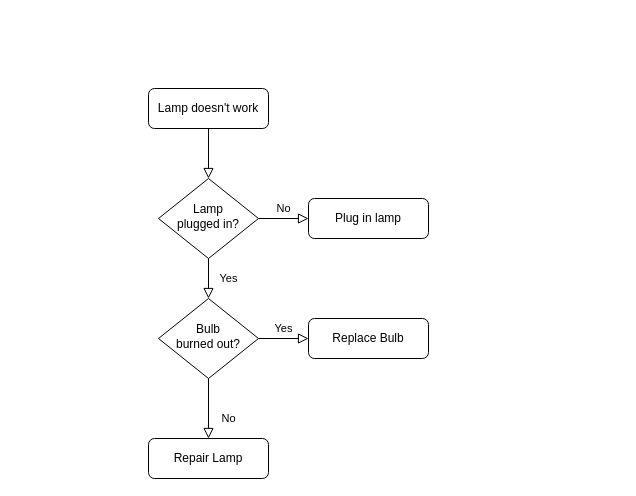
Earlier version of the draw.io diagram MCP-LLM/未命名绘图.drawio (iniunet/Explore-MCP). Source tidied: cells renumbered, new cells numbered last; positions are measured from the earlier drawing's top-left corner, leaving out a move shared by most shapes. Both pictures are drawn from the tidied source at 100%, with x=0, y=0 at pixel (148, 88).
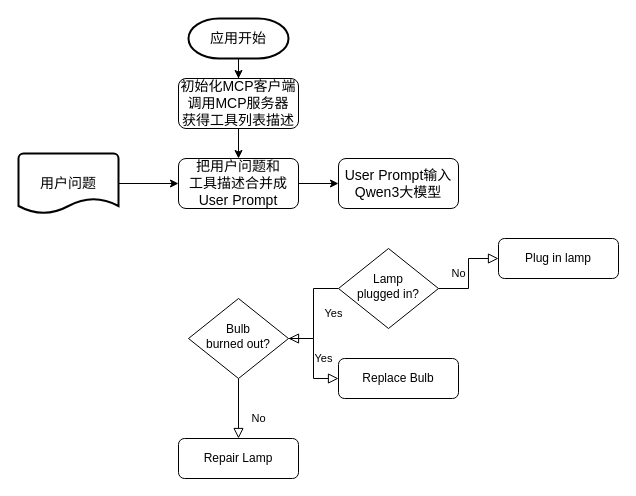
Above is the later version.

Commit message (it also covers changes not shown here):
更新未命名绘图.drawio

What changed in the source:
```diff
@@
 <mxGraphModel>
   <root>
     <mxCell id="0" />
     <mxCell id="1" parent="0" />
-    <mxCell id="2" style="rounded=0;html=1;jettySize=auto;fontSize=11;endArrow=block;endFill=0;endSize=8;strokeWidth=1;shadow=0;labelBackgroundColor=none;edgeStyle=orthogonalEdgeStyle;" parent="1" edge="1" source="3" target="6">
-      <mxGeometry relative="1" as="geometry" />
-    </mxCell>
+    <mxCell id="13" style="edgeStyle=orthogonalEdgeStyle;rounded=0;jettySize=auto;html=1;entryX=0.5;entryY=0;entryDx=0;entryDy=0;" parent="1" edge="1" source="3" target="17">
+      <mxGeometry relative="1" as="geometry" />
+    </mxCell>
-    <mxCell id="3" value="Lamp doesn't work" style="rounded=1;whiteSpace=wrap;html=1;fontSize=12;glass=0;strokeWidth=1;shadow=0;" parent="1" vertex="1">
-      <mxGeometry width="120" height="40" as="geometry" />
+    <mxCell id="3" value="&lt;font style=&quot;font-size: 14px;&quot;&gt;初始化MCP客户端&lt;/font&gt;&lt;div&gt;&lt;font style=&quot;font-size: 14px;&quot;&gt;调用MCP服务器&lt;/font&gt;&lt;/div&gt;&lt;div&gt;&lt;font style=&quot;font-size: 14px;&quot;&gt;获得工具列表描述&lt;/font&gt;&lt;/div&gt;" style="rounded=1;whiteSpace=wrap;html=1;fontSize=12;glass=0;strokeWidth=1;shadow=0;" parent="1" vertex="1">
+      <mxGeometry x="30" y="-10" width="120" height="50" as="geometry" />
     </mxCell>
     <mxCell id="4" value="Yes" style="rounded=0;html=1;jettySize=auto;fontSize=11;endArrow=block;endFill=0;endSize=8;strokeWidth=1;shadow=0;labelBackgroundColor=none;edgeStyle=orthogonalEdgeStyle;" parent="1" edge="1" source="6" target="10">
       <mxGeometry y="20" relative="1" as="geometry" />
     </mxCell>
     <mxCell id="5" value="No" style="edgeStyle=orthogonalEdgeStyle;rounded=0;html=1;jettySize=auto;fontSize=11;endArrow=block;endFill=0;endSize=8;strokeWidth=1;shadow=0;labelBackgroundColor=none;" parent="1" edge="1" source="6" target="7">
       <mxGeometry y="10" relative="1" as="geometry" />
     </mxCell>
     <mxCell id="6" value="Lamp&lt;br&gt;plugged in?" style="rhombus;whiteSpace=wrap;html=1;shadow=0;fontFamily=Helvetica;fontSize=12;align=center;strokeWidth=1;spacing=6;spacingTop=-4;" parent="1" vertex="1">
-      <mxGeometry x="10" y="90" width="100" height="80" as="geometry" />
+      <mxGeometry x="190" y="160" width="100" height="80" as="geometry" />
     </mxCell>
     <mxCell id="7" value="Plug in lamp" style="rounded=1;whiteSpace=wrap;html=1;fontSize=12;glass=0;strokeWidth=1;shadow=0;" parent="1" vertex="1">
-      <mxGeometry x="160" y="110" width="120" height="40" as="geometry" />
+      <mxGeometry x="350" y="150" width="120" height="40" as="geometry" />
     </mxCell>
     <mxCell id="8" value="No" style="rounded=0;html=1;jettySize=auto;fontSize=11;endArrow=block;endFill=0;endSize=8;strokeWidth=1;shadow=0;labelBackgroundColor=none;edgeStyle=orthogonalEdgeStyle;" parent="1" edge="1" source="10" target="11">
       <mxGeometry x="0.33" y="20" relative="1" as="geometry" />
     </mxCell>
     <mxCell id="9" value="Yes" style="edgeStyle=orthogonalEdgeStyle;rounded=0;html=1;jettySize=auto;fontSize=11;endArrow=block;endFill=0;endSize=8;strokeWidth=1;shadow=0;labelBackgroundColor=none;" parent="1" edge="1" source="10" target="12">
       <mxGeometry y="10" relative="1" as="geometry" />
     </mxCell>
     <mxCell id="10" value="Bulb&lt;br&gt;burned out?" style="rhombus;whiteSpace=wrap;html=1;shadow=0;fontFamily=Helvetica;fontSize=12;align=center;strokeWidth=1;spacing=6;spacingTop=-4;" parent="1" vertex="1">
-      <mxGeometry x="10" y="210" width="100" height="80" as="geometry" />
+      <mxGeometry x="40" y="210" width="100" height="80" as="geometry" />
     </mxCell>
     <mxCell id="11" value="Repair Lamp" style="rounded=1;whiteSpace=wrap;html=1;fontSize=12;glass=0;strokeWidth=1;shadow=0;" parent="1" vertex="1">
-      <mxGeometry y="350" width="120" height="40" as="geometry" />
+      <mxGeometry x="30" y="350" width="120" height="40" as="geometry" />
     </mxCell>
     <mxCell id="12" value="Replace Bulb" style="rounded=1;whiteSpace=wrap;html=1;fontSize=12;glass=0;strokeWidth=1;shadow=0;" parent="1" vertex="1">
-      <mxGeometry x="160" y="230" width="120" height="40" as="geometry" />
+      <mxGeometry x="190" y="270" width="120" height="40" as="geometry" />
     </mxCell>
+    <mxCell id="14" style="edgeStyle=orthogonalEdgeStyle;rounded=0;jettySize=auto;html=1;entryX=0.5;entryY=0;entryDx=0;entryDy=0;" parent="1" edge="1" source="15" target="3">
+      <mxGeometry relative="1" as="geometry" />
+    </mxCell>
+    <mxCell id="15" value="&lt;font style=&quot;font-size: 14px;&quot;&gt;应用开始&lt;/font&gt;" style="strokeWidth=2;html=1;shape=mxgraph.flowchart.terminator;whiteSpace=wrap;" parent="1" vertex="1">
+      <mxGeometry x="40" y="-70" width="100" height="40" as="geometry" />
+    </mxCell>
+    <mxCell id="16" style="edgeStyle=orthogonalEdgeStyle;rounded=0;jettySize=auto;html=1;entryX=0;entryY=0.5;entryDx=0;entryDy=0;" parent="1" edge="1" source="17" target="18">
+      <mxGeometry relative="1" as="geometry" />
+    </mxCell>
+    <mxCell id="17" value="&lt;span style=&quot;font-size: 14px;&quot;&gt;把用户问题和&lt;/span&gt;&lt;div&gt;&lt;span style=&quot;font-size: 14px;&quot;&gt;工具描述合并成&lt;/span&gt;&lt;/div&gt;&lt;div&gt;&lt;span style=&quot;font-size: 14px;&quot;&gt;User Prompt&lt;/span&gt;&lt;/div&gt;" style="rounded=1;whiteSpace=wrap;html=1;fontSize=12;glass=0;strokeWidth=1;shadow=0;" parent="1" vertex="1">
+      <mxGeometry x="30" y="70" width="120" height="50" as="geometry" />
+    </mxCell>
+    <mxCell id="18" value="&lt;span style=&quot;font-size: 14px;&quot;&gt;User Prompt输入&lt;/span&gt;&lt;div&gt;&lt;span style=&quot;font-size: 14px;&quot;&gt;Qwen3大模型&lt;/span&gt;&lt;/div&gt;" style="rounded=1;whiteSpace=wrap;html=1;fontSize=12;glass=0;strokeWidth=1;shadow=0;" parent="1" vertex="1">
+      <mxGeometry x="190" y="70" width="120" height="50" as="geometry" />
+    </mxCell>
+    <mxCell id="19" style="edgeStyle=orthogonalEdgeStyle;rounded=0;jettySize=auto;html=1;entryX=0;entryY=0.5;entryDx=0;entryDy=0;" parent="1" edge="1" source="20" target="17">
+      <mxGeometry relative="1" as="geometry" />
+    </mxCell>
+    <mxCell id="20" value="用户问题" style="strokeWidth=2;html=1;shape=mxgraph.flowchart.document2;whiteSpace=wrap;size=0.25;fontSize=14;" parent="1" vertex="1">
+      <mxGeometry x="-130" y="65" width="100" height="60" as="geometry" />
+    </mxCell>
   </root>
 </mxGraphModel>
```
